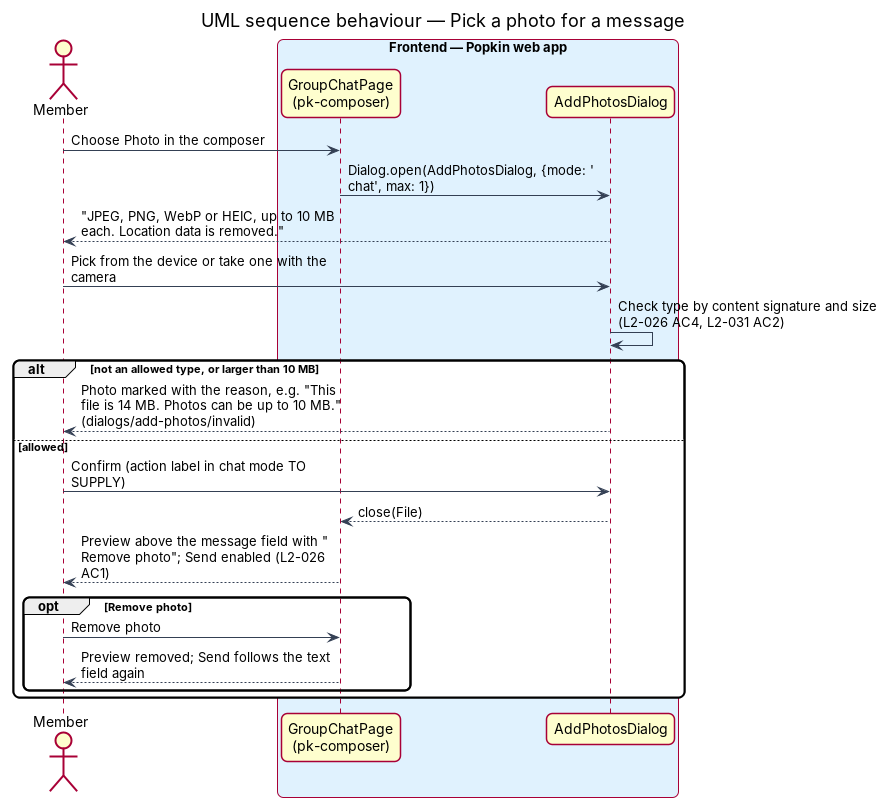
QuinntyneBrown/popkin keeps this PlantUML diagram as docs/detailed-designs/chat/send-photos-in-chat/diagrams/sequence-pick-photo.png. Above is the earlier version. Its source is kept beside it as docs/detailed-designs/chat/send-photos-in-chat/diagrams/sequence-pick-photo.puml.
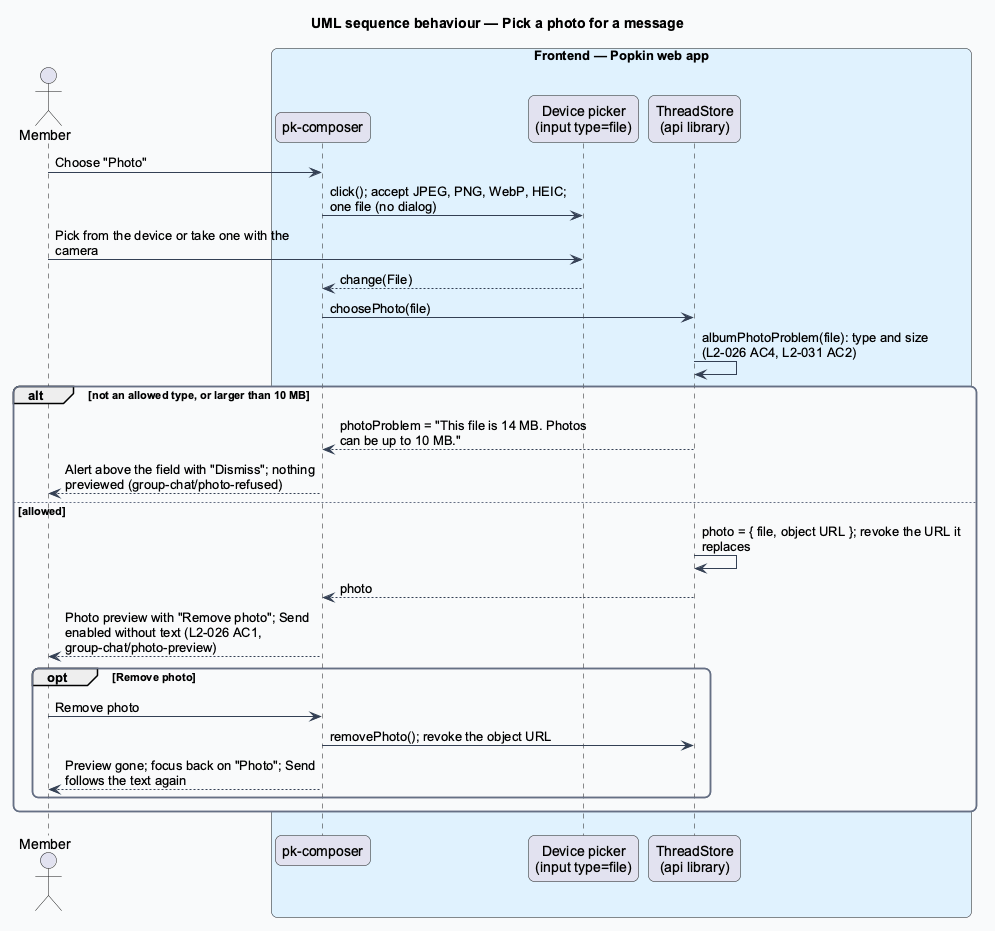
After the change.

Commit message:
Settle the design of sending photos in chat

What changed in the source:
```diff
@@ -18,23 +18,27 @@
 
 actor "Member" as actor
 box "Frontend — Popkin web app" #E0F2FE
-  participant "GroupChatPage\n(pk-composer)" as page
-  participant "AddPhotosDialog" as dialog
+  participant "pk-composer" as composer
+  participant "Device picker\n(input type=file)" as picker
+  participant "ThreadStore\n(api library)" as store
 end box
-actor -> page : Choose Photo in the composer
-page -> dialog : Dialog.open(AddPhotosDialog, {mode: 'chat', max: 1})
-dialog --> actor : "JPEG, PNG, WebP or HEIC, up to 10 MB each. Location data is removed."
-actor -> dialog : Pick from the device or take one with the camera
-dialog -> dialog : Check type by content signature and size (L2-026 AC4, L2-031 AC2)
+actor -> composer : Choose "Photo"
+composer -> picker : click(); accept JPEG, PNG, WebP, HEIC; one file (no dialog)
+actor -> picker : Pick from the device or take one with the camera
+picker --> composer : change(File)
+composer -> store : choosePhoto(file)
+store -> store : albumPhotoProblem(file): type and size (L2-026 AC4, L2-031 AC2)
 alt not an allowed type, or larger than 10 MB
-  dialog --> actor : Photo marked with the reason, e.g. "This file is 14 MB. Photos can be up to 10 MB." (dialogs/add-photos/invalid)
+  store --> composer : photoProblem = "This file is 14 MB. Photos can be up to 10 MB."
+  composer --> actor : Alert above the field with "Dismiss"; nothing previewed (group-chat/photo-refused)
 else allowed
-  actor -> dialog : Confirm (action label in chat mode TO SUPPLY)
-  dialog --> page : close(File)
-  page --> actor : Preview above the message field with "Remove photo"; Send enabled (L2-026 AC1)
+  store -> store : photo = { file, object URL }; revoke the URL it replaces
+  store --> composer : photo
+  composer --> actor : Photo preview with "Remove photo"; Send enabled without text (L2-026 AC1, group-chat/photo-preview)
   opt Remove photo
-    actor -> page : Remove photo
-    page --> actor : Preview removed; Send follows the text field again
+    actor -> composer : Remove photo
+    composer -> store : removePhoto(); revoke the object URL
+    composer --> actor : Preview gone; focus back on "Photo"; Send follows the text again
   end
 end
 @enduml
```
